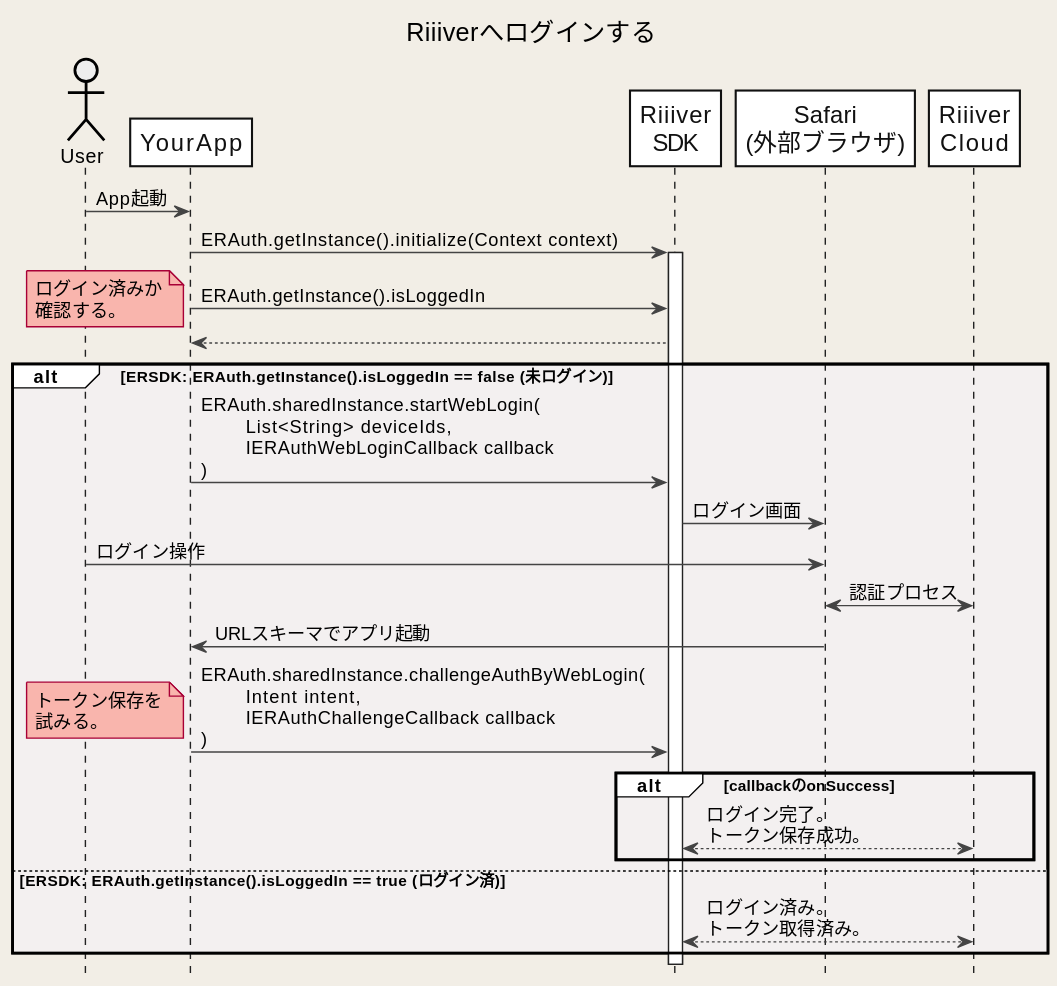
Earlier version of the PlantUML export images/Android/en/Sequences/login.svg (CitizenWatch/RiiiverResources). Source of this version:
```plantuml
@startuml
title Riiiverへログインする
hide footbox

skinparam DefaultFontName "Noto Sans JP, Helvetica, Arial, Liberation Sans"
skinparam BackgroundColor #F2EEE6
skinparam Shadowing false
skinparam NoteBackgroundColor #F9B5AD
skinparam NodeBorderColor #F26767

skinparam sequence {
ArrowColor #444444
ActorBorderColor Black
LifeLineBorderColor #222222
LifeLineBackgroundColor White
BoxBorderColor #FFFFFF
BoxBackgroundColor #F2fEf6
GroupBackgroundColor #FFFFFF
GroupBodyBackgroundColor #F3F0F0

ParticipantBorderColor #111111
ParticipantBackgroundColor White
ParticipantFontSize 17
ParticipantFontColor #111111
BoundaryBorderColor Gray
ActorBackgroundColor #eeeeee
ActorFontColor Black

}

actor User
participant YourApp as App
participant "Riiiver\nSDK" as ERSDK
participant "Safari\n(外部ブラウザ)" as Safari
participant "Riiiver\nCloud" as Riiiver

User -> App: App起動

App -> ERSDK: ERAuth.getInstance().initialize(Context context)
activate ERSDK

App -> ERSDK: ERAuth.getInstance().isLoggedIn
note left: ログイン済みか\n確認する。
ERSDK --> App:

alt ERSDK: ERAuth.getInstance().isLoggedIn == false (未ログイン)
    App -> ERSDK: ERAuth.sharedInstance.startWebLogin(\n\tList<String> deviceIds,\n\tIERAuthWebLoginCallback callback\n)
    ERSDK -> Safari: ログイン画面
    User -> Safari: ログイン操作
    Safari <-> Riiiver: 認証プロセス
    Safari -> App: URLスキーマでアプリ起動
    App -> ERSDK: ERAuth.sharedInstance.challengeAuthByWebLogin(\n\tIntent intent,\n\tIERAuthChallengeCallback callback\n)
    note left: トークン保存を\n試みる。
    alt callbackのonSuccess
        ERSDK <---> Riiiver: ログイン完了。\nトークン保存成功。
    end

else ERSDK: ERAuth.getInstance().isLoggedIn == true (ログイン済)
    ERSDK <---> Riiiver: ログイン済み。\nトークン取得済み。
end





@enduml
```
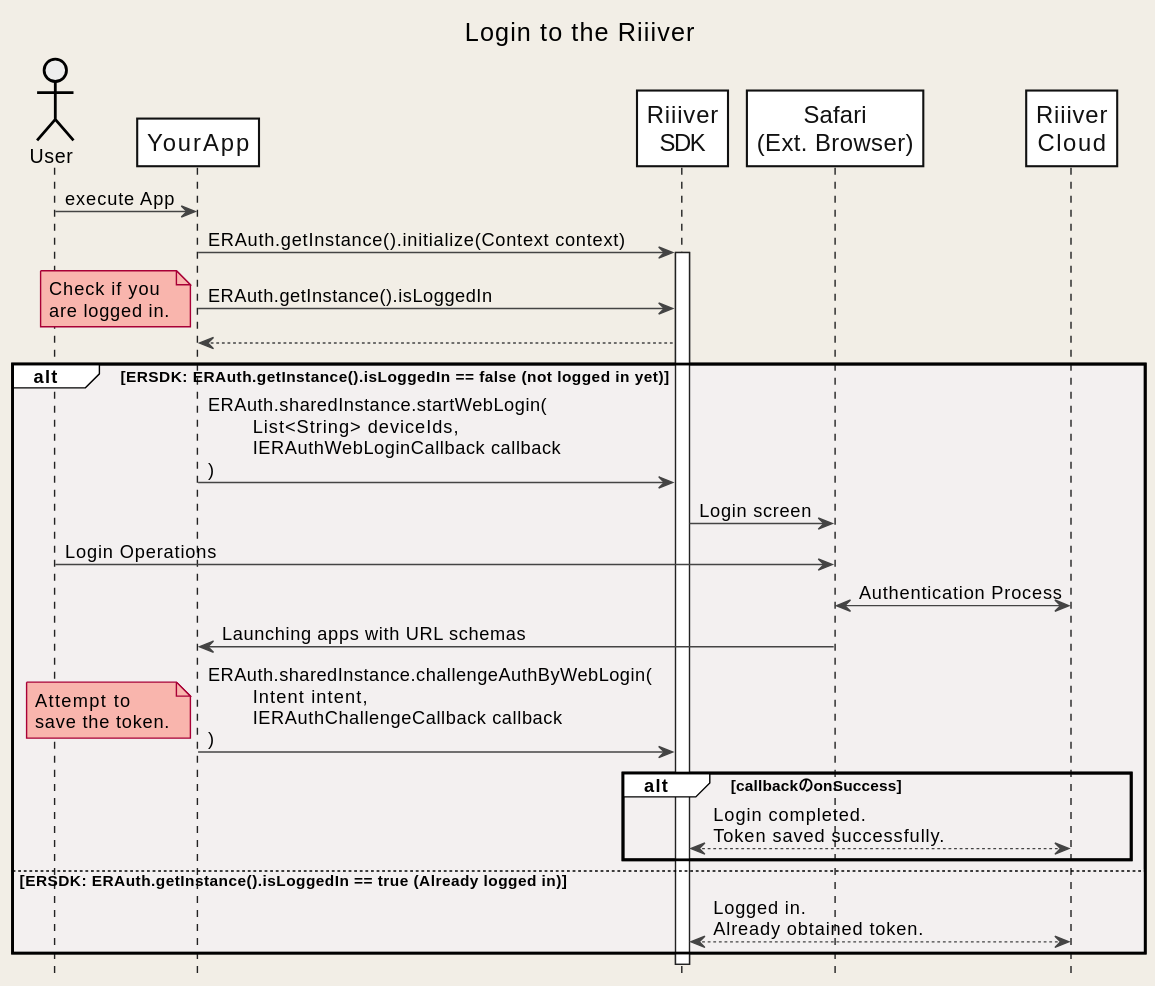
The same file after the commit.

The edit, as a diff of the source:
```diff
@@ -1,5 +1,5 @@
 @startuml
-title Riiiverへログインする
+title Login to the Riiiver
 hide footbox
 
 skinparam DefaultFontName "Noto Sans JP, Helvetica, Arial, Liberation Sans"
@@ -31,32 +31,32 @@
 actor User
 participant YourApp as App
 participant "Riiiver\nSDK" as ERSDK
-participant "Safari\n(外部ブラウザ)" as Safari
+participant "Safari\n(Ext. Browser)" as Safari
 participant "Riiiver\nCloud" as Riiiver
 
-User -> App: App起動
+User -> App: execute App
 
 App -> ERSDK: ERAuth.getInstance().initialize(Context context)
 activate ERSDK
 
 App -> ERSDK: ERAuth.getInstance().isLoggedIn
-note left: ログイン済みか\n確認する。
+note left: Check if you\nare logged in.
 ERSDK --> App:
 
-alt ERSDK: ERAuth.getInstance().isLoggedIn == false (未ログイン)
+alt ERSDK: ERAuth.getInstance().isLoggedIn == false (not logged in yet)
     App -> ERSDK: ERAuth.sharedInstance.startWebLogin(\n\tList<String> deviceIds,\n\tIERAuthWebLoginCallback callback\n)
-    ERSDK -> Safari: ログイン画面
-    User -> Safari: ログイン操作
-    Safari <-> Riiiver: 認証プロセス
-    Safari -> App: URLスキーマでアプリ起動
+    ERSDK -> Safari: Login screen
+    User -> Safari: Login Operations
+    Safari <-> Riiiver: Authentication Process
+    Safari -> App: Launching apps with URL schemas
     App -> ERSDK: ERAuth.sharedInstance.challengeAuthByWebLogin(\n\tIntent intent,\n\tIERAuthChallengeCallback callback\n)
-    note left: トークン保存を\n試みる。
+    note left: Attempt to\nsave the token.
     alt callbackのonSuccess
-        ERSDK <---> Riiiver: ログイン完了。\nトークン保存成功。
+        ERSDK <---> Riiiver: Login completed.\nToken saved successfully.
     end
 
-else ERSDK: ERAuth.getInstance().isLoggedIn == true (ログイン済)
-    ERSDK <---> Riiiver: ログイン済み。\nトークン取得済み。
+else ERSDK: ERAuth.getInstance().isLoggedIn == true (Already logged in)
+    ERSDK <---> Riiiver: Logged in.\nAlready obtained token.
 end
 
 
```
